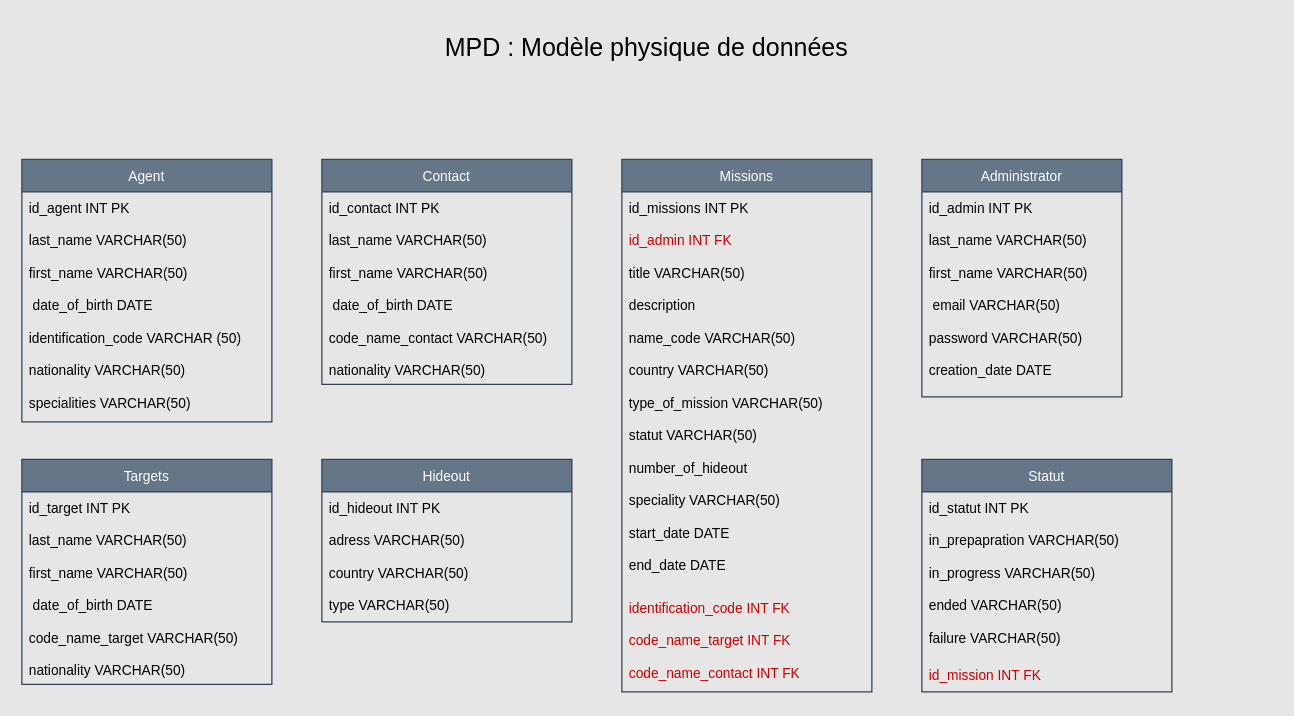
This is Diagrammes/MPD.drawio from Neeruam244/kgb, a draw.io file, before an edit. Source tidied: cells renumbered, new cells numbered last; positions are measured from the earlier drawing's top-left corner, leaving out a move shared by most shapes. Both pictures are drawn from the tidied source at 125%, with x=0, y=0 at pixel (21, 21).
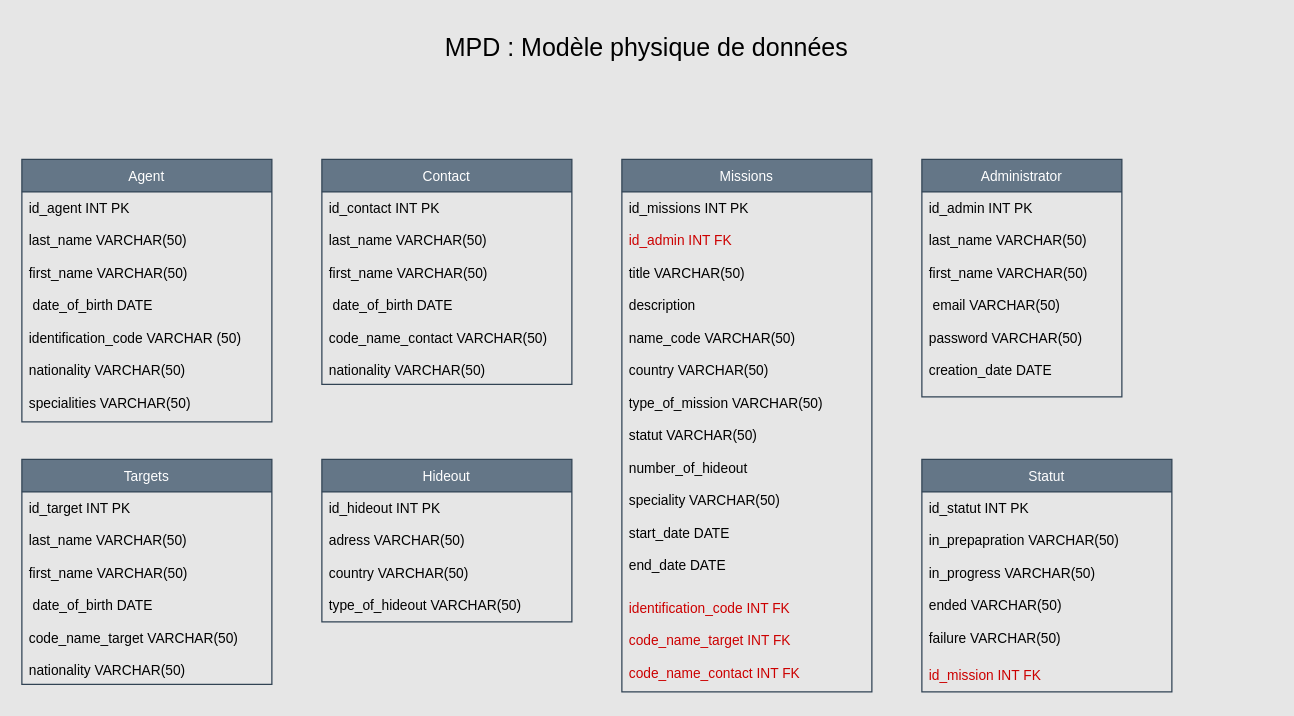
After the change.

The change refers to these unchanged cells:
```xml
<mxCell id="15" value="Hideout" style="swimlane;fontStyle=0;horizontal=1;startSize=26;fillColor=#647687;fontSize=11;fontColor=#ffffff;strokeColor=#314354;" parent="1" vertex="1">
  <mxGeometry x="240" y="350" width="200" height="130" as="geometry" />
</mxCell>
```

Diff of the diagram source:
```diff
@@
-    <mxCell id="18" value="country VARCHAR(50)&#10;&#10;type VARCHAR(50)" style="text;strokeColor=none;fillColor=none;align=left;verticalAlign=top;spacingLeft=4;spacingRight=4;overflow=hidden;fontSize=11;fontColor=#000000;" parent="15" vertex="1">
+    <mxCell id="18" value="country VARCHAR(50)&#10;&#10;type_of_hideout VARCHAR(50)" style="text;strokeColor=none;fillColor=none;align=left;verticalAlign=top;spacingLeft=4;spacingRight=4;overflow=hidden;fontSize=11;fontColor=#000000;" parent="15" vertex="1">
       <mxGeometry y="78" width="200" height="52" as="geometry" />
     </mxCell>
```
